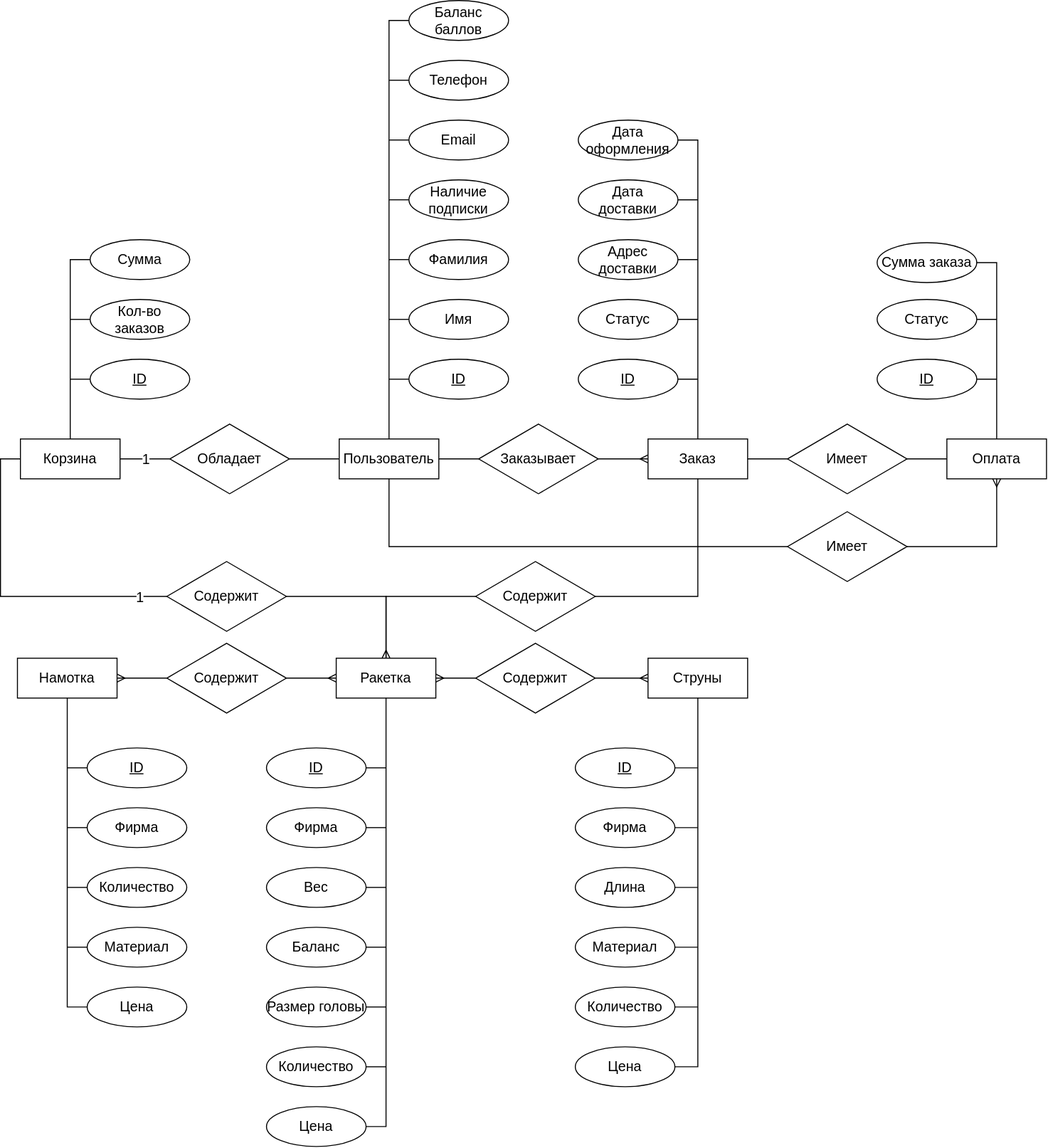
This is schemes/svg/ER-roles.svg from mshsvnv/SoftwareDesign, a draw.io export, as it was before one commit. Source tidied: cells renumbered, new cells last; positions are measured from the earlier drawing's top-left corner, leaving out a move shared by most shapes.
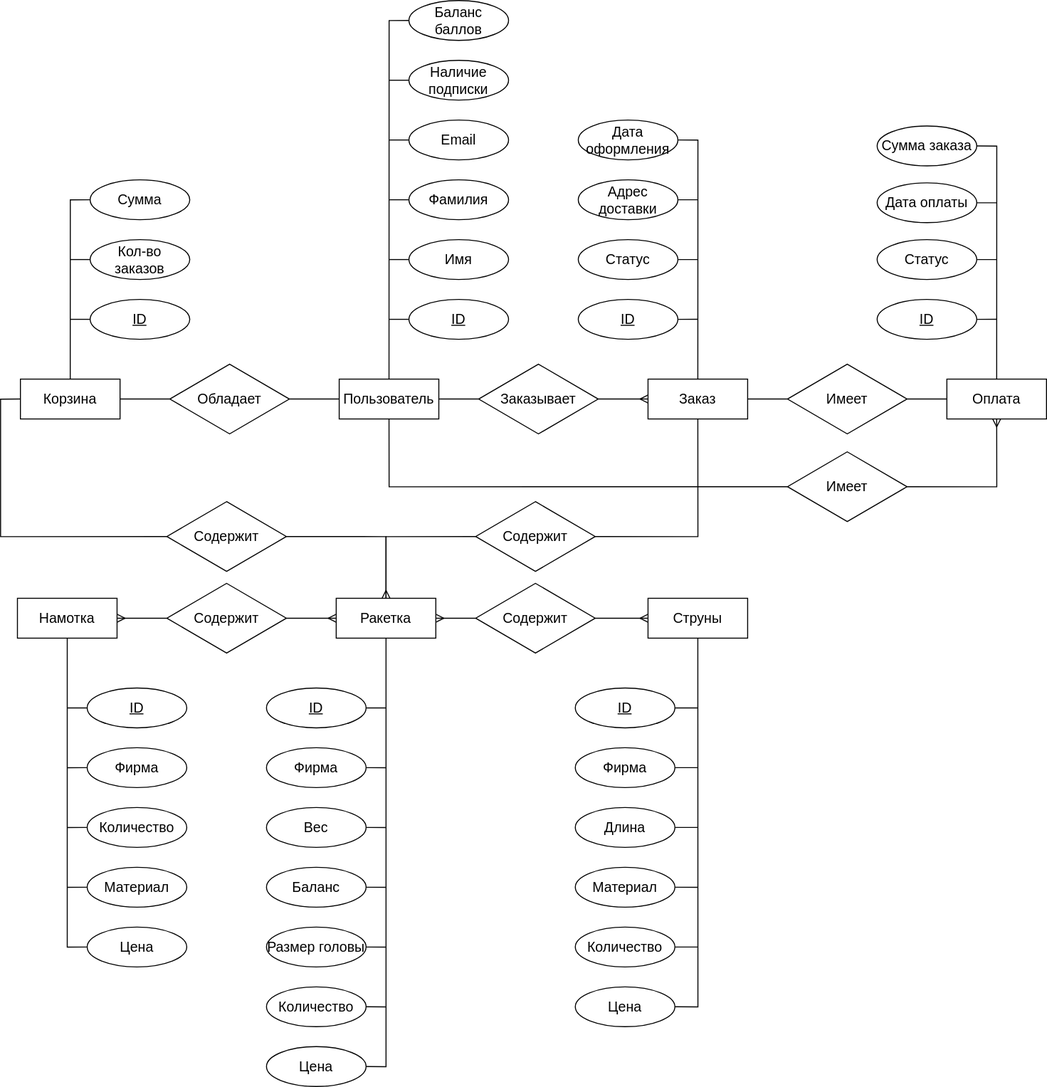
The same diagram one commit later.

The edit, as a diff of the source:
```diff
@@ -5,11 +5,6 @@
     <mxCell id="2" style="edgeStyle=orthogonalEdgeStyle;rounded=0;jettySize=auto;html=1;entryX=1;entryY=0.5;entryDx=0;entryDy=0;endArrow=none;endFill=0;fontSize=14;" parent="1" edge="1" source="5" target="7">
       <mxGeometry relative="1" as="geometry" />
     </mxCell>
-    <mxCell id="3" value="1" style="edgeLabel;html=1;align=center;verticalAlign=middle;fontSize=14;fontFamily=Helvetica;fontColor=default;" parent="2" vertex="1">
-      <mxGeometry x="0.02" relative="1" as="geometry">
-        <mxPoint x="1" as="offset" />
-      </mxGeometry>
-    </mxCell>
     <mxCell id="4" style="edgeStyle=orthogonalEdgeStyle;rounded=0;jettySize=auto;html=1;exitX=1;exitY=0.5;exitDx=0;exitDy=0;entryX=0;entryY=0.5;entryDx=0;entryDy=0;endArrow=none;endFill=0;fontSize=14;" parent="1" edge="1" source="5" target="84">
       <mxGeometry relative="1" as="geometry" />
     </mxCell>
@@ -225,19 +220,15 @@
     <mxCell id="64" value="Адрес &lt;br style=&quot;font-size: 14px;&quot;&gt;доставки" style="ellipse;whiteSpace=wrap;html=1;align=center;fontSize=14;" parent="57" vertex="1">
       <mxGeometry y="180" width="100" height="40" as="geometry" />
     </mxCell>
-    <mxCell id="65" style="edgeStyle=orthogonalEdgeStyle;shape=connector;rounded=0;jettySize=auto;html=1;exitX=0.5;exitY=0;exitDx=0;exitDy=0;entryX=1;entryY=0.5;entryDx=0;entryDy=0;labelBackgroundColor=default;strokeColor=default;align=center;verticalAlign=middle;fontFamily=Helvetica;fontSize=14;fontColor=default;endArrow=none;endFill=0;" parent="57" edge="1" source="58" target="68">
-      <mxGeometry relative="1" as="geometry" />
+    <mxCell id="65" style="edgeStyle=orthogonalEdgeStyle;shape=connector;rounded=0;jettySize=auto;html=1;exitX=0.5;exitY=0;exitDx=0;exitDy=0;labelBackgroundColor=default;strokeColor=default;align=center;verticalAlign=middle;fontFamily=Helvetica;fontSize=14;fontColor=default;endArrow=none;endFill=0;entryX=1;entryY=0.5;entryDx=0;entryDy=0;" parent="57" edge="1" source="58" target="68">
+      <mxGeometry relative="1" as="geometry">
+        <Array as="points">
+          <mxPoint x="120" y="140" />
+        </Array>
+      </mxGeometry>
     </mxCell>
-    <mxCell id="66" style="edgeStyle=orthogonalEdgeStyle;shape=connector;rounded=0;jettySize=auto;html=1;exitX=1;exitY=0.5;exitDx=0;exitDy=0;labelBackgroundColor=default;strokeColor=default;align=center;verticalAlign=middle;fontFamily=Helvetica;fontSize=14;fontColor=default;endArrow=none;endFill=0;" parent="57" edge="1" source="67">
-      <mxGeometry relative="1" as="geometry">
-        <mxPoint x="120" y="140" as="targetPoint" />
-      </mxGeometry>
-    </mxCell>
-    <mxCell id="67" value="Дата &lt;br style=&quot;font-size: 14px;&quot;&gt;доставки" style="ellipse;whiteSpace=wrap;html=1;align=center;fontSize=14;" parent="57" vertex="1">
-      <mxGeometry y="120" width="100" height="40" as="geometry" />
-    </mxCell>
     <mxCell id="68" value="Дата &lt;br style=&quot;font-size: 14px;&quot;&gt;оформления" style="ellipse;whiteSpace=wrap;html=1;align=center;fontSize=14;" parent="57" vertex="1">
-      <mxGeometry y="60" width="100" height="40" as="geometry" />
+      <mxGeometry y="120" width="100" height="40" as="geometry" />
     </mxCell>
     <mxCell id="69" style="edgeStyle=orthogonalEdgeStyle;rounded=0;jettySize=auto;html=1;exitX=0.5;exitY=1;exitDx=0;exitDy=0;entryX=1;entryY=0.5;entryDx=0;entryDy=0;labelBackgroundColor=default;strokeColor=default;align=center;verticalAlign=middle;fontFamily=Helvetica;fontSize=14;fontColor=default;endArrow=none;endFill=0;" parent="1" edge="1" source="58" target="18">
       <mxGeometry relative="1" as="geometry" />
@@ -287,7 +278,7 @@
       <mxGeometry y="180" width="100" height="40" as="geometry" />
     </mxCell>
     <mxCell id="82" value="Баланс баллов" style="ellipse;whiteSpace=wrap;html=1;align=center;fontSize=14;" parent="1" vertex="1">
-      <mxGeometry x="393" width="100" height="40" as="geometry" />
+      <mxGeometry x="393" y="60" width="100" height="40" as="geometry" />
     </mxCell>
     <mxCell id="83" style="edgeStyle=orthogonalEdgeStyle;rounded=0;jettySize=auto;html=1;exitX=0.5;exitY=1;exitDx=0;exitDy=0;entryX=0;entryY=0.5;entryDx=0;entryDy=0;strokeColor=default;align=center;verticalAlign=middle;fontFamily=Helvetica;fontSize=11;fontColor=default;labelBackgroundColor=default;endArrow=none;endFill=0;" parent="1" edge="1" source="84" target="113">
       <mxGeometry relative="1" as="geometry">
@@ -328,7 +319,7 @@
         <mxPoint x="373" y="200" as="targetPoint" />
       </mxGeometry>
     </mxCell>
-    <mxCell id="92" value="Наличие подписки" style="ellipse;whiteSpace=wrap;html=1;align=center;fontSize=14;" parent="1" vertex="1">
+    <mxCell id="92" value="&lt;div&gt;Email&lt;br&gt;&lt;/div&gt;" style="ellipse;whiteSpace=wrap;html=1;align=center;fontSize=14;" parent="1" vertex="1">
       <mxGeometry x="393" y="180" width="100" height="40" as="geometry" />
     </mxCell>
     <mxCell id="93" style="edgeStyle=orthogonalEdgeStyle;shape=connector;rounded=0;jettySize=auto;html=1;exitX=0;exitY=0.5;exitDx=0;exitDy=0;labelBackgroundColor=default;strokeColor=default;align=center;verticalAlign=middle;fontFamily=Helvetica;fontSize=14;fontColor=default;endArrow=none;endFill=0;" parent="1" edge="1" source="94">
@@ -336,17 +327,9 @@
         <mxPoint x="373" y="140" as="targetPoint" />
       </mxGeometry>
     </mxCell>
-    <mxCell id="94" value="Email" style="ellipse;whiteSpace=wrap;html=1;align=center;fontSize=14;" parent="1" vertex="1">
+    <mxCell id="94" value="Наличие подписки" style="ellipse;whiteSpace=wrap;html=1;align=center;fontSize=14;" parent="1" vertex="1">
       <mxGeometry x="393" y="120" width="100" height="40" as="geometry" />
     </mxCell>
-    <mxCell id="95" style="edgeStyle=orthogonalEdgeStyle;rounded=0;jettySize=auto;html=1;exitX=0;exitY=0.5;exitDx=0;exitDy=0;endArrow=none;endFill=0;fontSize=14;" parent="1" edge="1" source="96">
-      <mxGeometry relative="1" as="geometry">
-        <mxPoint x="373" y="80.1" as="targetPoint" />
-      </mxGeometry>
-    </mxCell>
-    <mxCell id="96" value="Телефон" style="ellipse;whiteSpace=wrap;html=1;align=center;fontSize=14;" parent="1" vertex="1">
-      <mxGeometry x="393" y="60" width="100" height="40" as="geometry" />
-    </mxCell>
     <mxCell id="97" style="edgeStyle=orthogonalEdgeStyle;shape=connector;rounded=0;jettySize=auto;html=1;exitX=0.5;exitY=0;exitDx=0;exitDy=0;entryX=0;entryY=0.5;entryDx=0;entryDy=0;labelBackgroundColor=default;strokeColor=default;align=center;verticalAlign=middle;fontFamily=Helvetica;fontSize=14;fontColor=default;endArrow=none;endFill=0;" parent="1" edge="1" source="84" target="82">
       <mxGeometry relative="1" as="geometry" />
     </mxCell>
@@ -359,11 +342,6 @@
     <mxCell id="100" style="edgeStyle=orthogonalEdgeStyle;rounded=0;jettySize=auto;html=1;exitX=0;exitY=0.5;exitDx=0;exitDy=0;entryX=0;entryY=0.5;entryDx=0;entryDy=0;endArrow=none;endFill=0;fontSize=14;" parent="1" edge="1" source="7" target="99">
       <mxGeometry relative="1" as="geometry" />
     </mxCell>
-    <mxCell id="101" value="1" style="edgeLabel;html=1;align=center;verticalAlign=middle;fontSize=14;" parent="100" vertex="1">
-      <mxGeometry y="1" relative="1" as="geometry">
-        <mxPoint x="135" y="1" as="offset" />
-      </mxGeometry>
-    </mxCell>
     <mxCell id="102" style="edgeStyle=orthogonalEdgeStyle;rounded=0;jettySize=auto;html=1;exitX=1;exitY=0.5;exitDx=0;exitDy=0;entryX=0;entryY=0.5;entryDx=0;entryDy=0;strokeColor=default;align=center;verticalAlign=middle;fontFamily=Helvetica;fontSize=11;fontColor=default;labelBackgroundColor=default;endArrow=none;endFill=0;" parent="1" edge="1" source="103" target="105">
       <mxGeometry relative="1" as="geometry" />
     </mxCell>
@@ -392,12 +370,20 @@
     <mxCell id="109" value="Статус" style="ellipse;whiteSpace=wrap;html=1;align=center;fontSize=14;" parent="104" vertex="1">
       <mxGeometry y="240" width="100" height="40" as="geometry" />
     </mxCell>
+    <mxCell id="115" style="edgeStyle=orthogonalEdgeStyle;rounded=0;jettySize=auto;html=1;exitX=1;exitY=0.5;exitDx=0;exitDy=0;endArrow=none;endFill=0;" parent="104" edge="1" source="110">
+      <mxGeometry relative="1" as="geometry">
+        <mxPoint x="120.1" y="203" as="targetPoint" />
+      </mxGeometry>
+    </mxCell>
-    <mxCell id="110" value="Сумма заказа" style="ellipse;whiteSpace=wrap;html=1;align=center;fontSize=14;" parent="104" vertex="1">
+    <mxCell id="110" value="Дата оплаты" style="ellipse;whiteSpace=wrap;html=1;align=center;fontSize=14;" parent="104" vertex="1">
       <mxGeometry y="183" width="100" height="40" as="geometry" />
     </mxCell>
-    <mxCell id="111" style="edgeStyle=orthogonalEdgeStyle;shape=connector;rounded=0;jettySize=auto;html=1;exitX=0.5;exitY=0;exitDx=0;exitDy=0;entryX=1;entryY=0.5;entryDx=0;entryDy=0;labelBackgroundColor=default;strokeColor=default;align=center;verticalAlign=middle;fontFamily=Helvetica;fontSize=14;fontColor=default;endArrow=none;endFill=0;" parent="104" edge="1" source="105" target="110">
+    <mxCell id="111" style="edgeStyle=orthogonalEdgeStyle;shape=connector;rounded=0;jettySize=auto;html=1;exitX=0.5;exitY=0;exitDx=0;exitDy=0;entryX=1;entryY=0.5;entryDx=0;entryDy=0;labelBackgroundColor=default;strokeColor=default;align=center;verticalAlign=middle;fontFamily=Helvetica;fontSize=14;fontColor=default;endArrow=none;endFill=0;" parent="104" edge="1" source="105" target="116">
       <mxGeometry relative="1" as="geometry" />
     </mxCell>
+    <mxCell id="116" value="Сумма заказа" style="ellipse;whiteSpace=wrap;html=1;align=center;fontSize=14;" parent="104" vertex="1">
+      <mxGeometry y="126" width="100" height="40" as="geometry" />
+    </mxCell>
     <mxCell id="112" style="edgeStyle=orthogonalEdgeStyle;rounded=0;jettySize=auto;html=1;exitX=1;exitY=0.5;exitDx=0;exitDy=0;endArrow=none;endFill=0;" parent="1" edge="1" source="58" target="103">
       <mxGeometry relative="1" as="geometry" />
     </mxCell>
```
